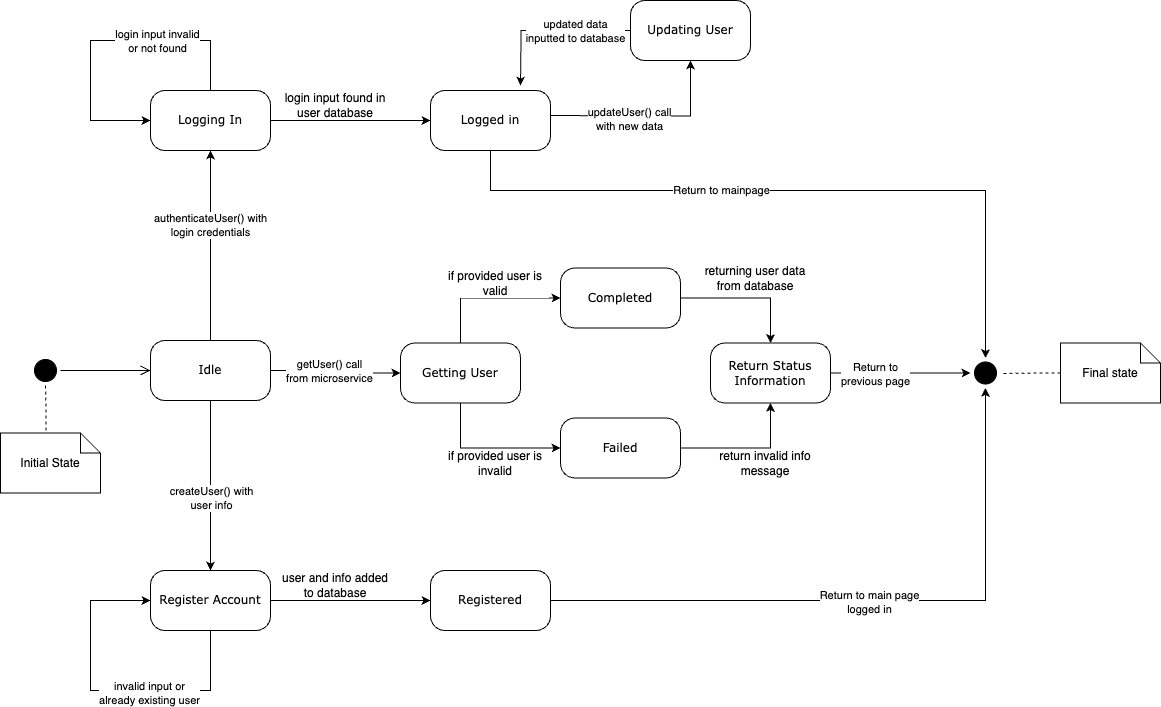
Earlier version of the draw.io export diagrams/User_Managment_SD.drawio.png (uvic-teach/project-m1-team6). Source tidied: cells renumbered, new cells last; positions are measured from the earlier drawing's top-left corner, leaving out a move shared by most shapes.
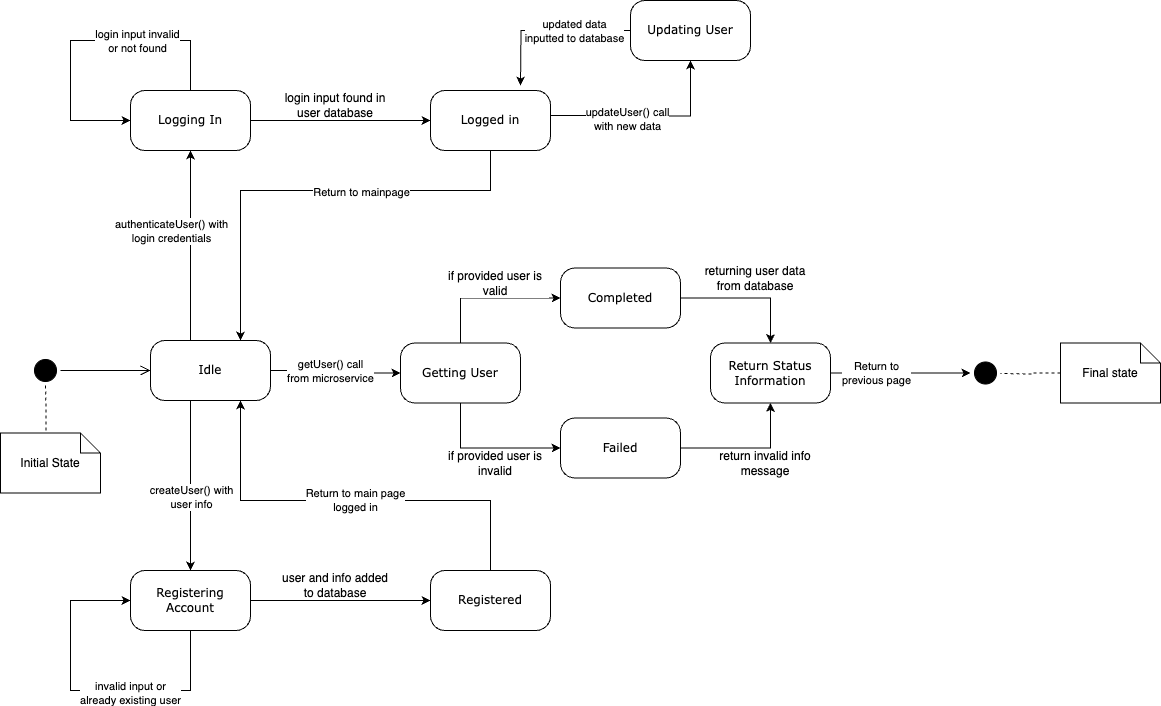
After the commit.

Diff of the diagram source:
```diff
@@ -6,13 +6,25 @@
       <mxGeometry x="30" y="355" width="30" height="30" as="geometry" />
     </mxCell>
     <mxCell id="3" style="edgeStyle=orthogonalEdgeStyle;rounded=0;jettySize=auto;html=1;entryX=0.5;entryY=1;entryDx=0;entryDy=0;labelBackgroundColor=default;" parent="1" edge="1" source="9" target="15">
-      <mxGeometry relative="1" as="geometry" />
+      <mxGeometry relative="1" as="geometry">
+        <Array as="points">
+          <mxPoint x="190" y="290" />
+          <mxPoint x="190" y="290" />
+        </Array>
+      </mxGeometry>
     </mxCell>
     <mxCell id="4" value="authenticateUser() with&lt;br style=&quot;border-color: var(--border-color);&quot;&gt;&lt;span style=&quot;border-color: var(--border-color);&quot;&gt;login credentials&lt;/span&gt;" style="edgeLabel;html=1;align=center;verticalAlign=middle;labelBackgroundColor=default;" parent="3" vertex="1">
-      <mxGeometry x="0.23" y="1" relative="1" as="geometry" />
+      <mxGeometry x="0.23" y="1" relative="1" as="geometry">
+        <mxPoint x="-19" y="7" as="offset" />
+      </mxGeometry>
     </mxCell>
     <mxCell id="5" style="edgeStyle=orthogonalEdgeStyle;rounded=0;jettySize=auto;html=1;entryX=0.5;entryY=0;entryDx=0;entryDy=0;labelBackgroundColor=default;" parent="1" edge="1" source="9" target="16">
-      <mxGeometry relative="1" as="geometry" />
+      <mxGeometry relative="1" as="geometry">
+        <Array as="points">
+          <mxPoint x="190" y="440" />
+          <mxPoint x="190" y="440" />
+        </Array>
+      </mxGeometry>
     </mxCell>
     <mxCell id="6" value="createUser() with&lt;br&gt;user info" style="edgeLabel;html=1;align=center;verticalAlign=middle;labelBackgroundColor=default;" parent="5" vertex="1">
       <mxGeometry x="-0.04" y="1" relative="1" as="geometry">
@@ -59,10 +71,10 @@
       </mxGeometry>
     </mxCell>
     <mxCell id="15" value="Logging In" style="rounded=1;whiteSpace=wrap;html=1;arcSize=24;shadow=0;comic=0;labelBackgroundColor=default;fontFamily=Verdana;fontSize=12;align=center;" parent="1" vertex="1">
-      <mxGeometry x="150" y="90" width="120" height="60" as="geometry" />
+      <mxGeometry x="130" y="90" width="120" height="60" as="geometry" />
     </mxCell>
-    <mxCell id="16" value="Register Account" style="rounded=1;whiteSpace=wrap;html=1;arcSize=24;shadow=0;comic=0;labelBackgroundColor=default;fontFamily=Verdana;fontSize=12;align=center;" parent="1" vertex="1">
-      <mxGeometry x="150" y="570" width="120" height="60" as="geometry" />
+    <mxCell id="16" value="Registering Account" style="rounded=1;whiteSpace=wrap;html=1;arcSize=24;shadow=0;comic=0;labelBackgroundColor=default;fontFamily=Verdana;fontSize=12;align=center;" parent="1" vertex="1">
+      <mxGeometry x="130" y="570" width="120" height="60" as="geometry" />
     </mxCell>
     <mxCell id="17" style="ellipse;html=1;shape=startState;fillColor=#000000;strokeColor=#000000;rounded=1;shadow=0;comic=0;labelBackgroundColor=default;fontFamily=Verdana;fontSize=12;fontColor=#000000;align=center;direction=south;" parent="1" vertex="1">
       <mxGeometry x="970" y="357.5" width="30" height="30" as="geometry" />
@@ -104,11 +116,11 @@
     <mxCell id="28" value="if provided user is valid" style="text;html=1;strokeColor=none;fillColor=none;align=center;verticalAlign=middle;whiteSpace=wrap;rounded=0;labelBackgroundColor=default;" parent="1" vertex="1">
       <mxGeometry x="440" y="267.5" width="110" height="30" as="geometry" />
     </mxCell>
-    <mxCell id="29" style="edgeStyle=orthogonalEdgeStyle;rounded=0;jettySize=auto;html=1;entryX=0;entryY=0.5;entryDx=0;entryDy=0;labelBackgroundColor=default;" parent="1" edge="1" source="31" target="17">
+    <mxCell id="29" style="edgeStyle=orthogonalEdgeStyle;rounded=0;jettySize=auto;html=1;labelBackgroundColor=default;entryX=0.75;entryY=0;entryDx=0;entryDy=0;" parent="1" edge="1" source="31" target="9">
       <mxGeometry relative="1" as="geometry">
         <Array as="points">
           <mxPoint x="490" y="190" />
-          <mxPoint x="985" y="190" />
+          <mxPoint x="240" y="190" />
         </Array>
       </mxGeometry>
     </mxCell>
@@ -124,26 +136,25 @@
     <mxCell id="33" style="edgeStyle=orthogonalEdgeStyle;rounded=0;orthogonalLoop=1;jettySize=auto;html=1;entryX=0;entryY=0.5;entryDx=0;entryDy=0;labelBackgroundColor=default;" parent="1" edge="1" source="15" target="15">
       <mxGeometry relative="1" as="geometry">
         <Array as="points">
-          <mxPoint x="210" y="40" />
-          <mxPoint x="90" y="40" />
-          <mxPoint x="90" y="120" />
+          <mxPoint x="190" y="40" />
+          <mxPoint x="70" y="40" />
+          <mxPoint x="70" y="120" />
         </Array>
       </mxGeometry>
     </mxCell>
     <mxCell id="34" value="login input invalid&lt;br style=&quot;border-color: var(--border-color);&quot;&gt;&amp;nbsp;or not found&amp;nbsp;" style="edgeLabel;html=1;align=center;verticalAlign=middle;labelBackgroundColor=default;" parent="33" vertex="1">
       <mxGeometry x="-0.33" relative="1" as="geometry" />
     </mxCell>
-    <mxCell id="35" style="edgeStyle=orthogonalEdgeStyle;rounded=0;jettySize=auto;html=1;entryX=0;entryY=0.5;entryDx=0;entryDy=0;labelBackgroundColor=default;" parent="1" edge="1" target="38">
-      <mxGeometry relative="1" as="geometry">
-        <mxPoint x="270" y="600" as="sourcePoint" />
-        <Array as="points">
-          <mxPoint x="320" y="600" />
-          <mxPoint x="320" y="600" />
-        </Array>
-      </mxGeometry>
+    <mxCell id="35" style="edgeStyle=orthogonalEdgeStyle;rounded=0;jettySize=auto;html=1;entryX=0;entryY=0.5;entryDx=0;entryDy=0;labelBackgroundColor=default;exitX=1;exitY=0.5;exitDx=0;exitDy=0;" parent="1" edge="1" source="16" target="38">
+      <mxGeometry relative="1" as="geometry" />
     </mxCell>
-    <mxCell id="36" style="edgeStyle=orthogonalEdgeStyle;rounded=0;jettySize=auto;html=1;entryX=1;entryY=0.5;entryDx=0;entryDy=0;labelBackgroundColor=default;" parent="1" edge="1" source="38" target="17">
-      <mxGeometry relative="1" as="geometry" />
+    <mxCell id="36" style="edgeStyle=orthogonalEdgeStyle;rounded=0;jettySize=auto;html=1;labelBackgroundColor=default;entryX=0.75;entryY=1;entryDx=0;entryDy=0;" parent="1" edge="1" source="38" target="9">
+      <mxGeometry relative="1" as="geometry">
+        <Array as="points">
+          <mxPoint x="490" y="500" />
+          <mxPoint x="240" y="500" />
+        </Array>
+      </mxGeometry>
     </mxCell>
     <mxCell id="37" value="Return to main page&lt;br&gt;logged in" style="edgeLabel;html=1;align=center;verticalAlign=middle;labelBackgroundColor=default;" parent="36" vertex="1">
       <mxGeometry x="-0.02" y="-1" relative="1" as="geometry" />
@@ -157,9 +168,9 @@
     <mxCell id="40" style="edgeStyle=orthogonalEdgeStyle;rounded=0;orthogonalLoop=1;jettySize=auto;html=1;entryX=0;entryY=0.5;entryDx=0;entryDy=0;labelBackgroundColor=default;" parent="1" edge="1" source="16" target="16">
       <mxGeometry relative="1" as="geometry">
         <Array as="points">
-          <mxPoint x="210" y="690" />
-          <mxPoint x="90" y="690" />
-          <mxPoint x="90" y="600" />
+          <mxPoint x="190" y="690" />
+          <mxPoint x="70" y="690" />
+          <mxPoint x="70" y="600" />
         </Array>
       </mxGeometry>
     </mxCell>
```
